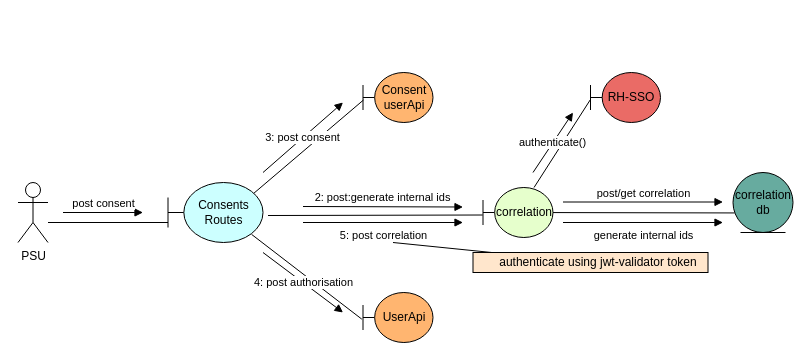
Above: Untitled Diagram.drawio in zirconias/zirconias (draw.io), before the change. Source tidied: cells renumbered, new cells numbered last; positions are measured from the earlier drawing's top-left corner, leaving out a move shared by most shapes. Both pictures are drawn from the tidied source at 100%, with x=0, y=0 at pixel (18, 72).
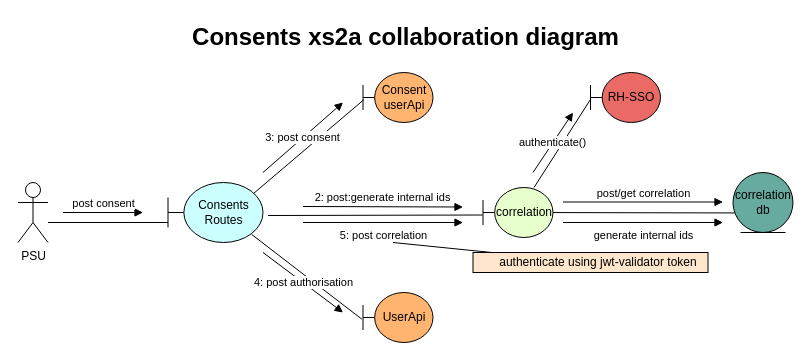
The same page after the edit.

Diff of the diagram source:
```diff
@@
+    <mxCell id="28" value="Consents xs2a collaboration diagram" style="text;strokeColor=none;fillColor=none;html=1;fontSize=24;fontStyle=1;verticalAlign=middle;align=center;" parent="1" vertex="1">
+      <mxGeometry x="337" y="-55" width="100" height="40" as="geometry" />
+    </mxCell>
```
